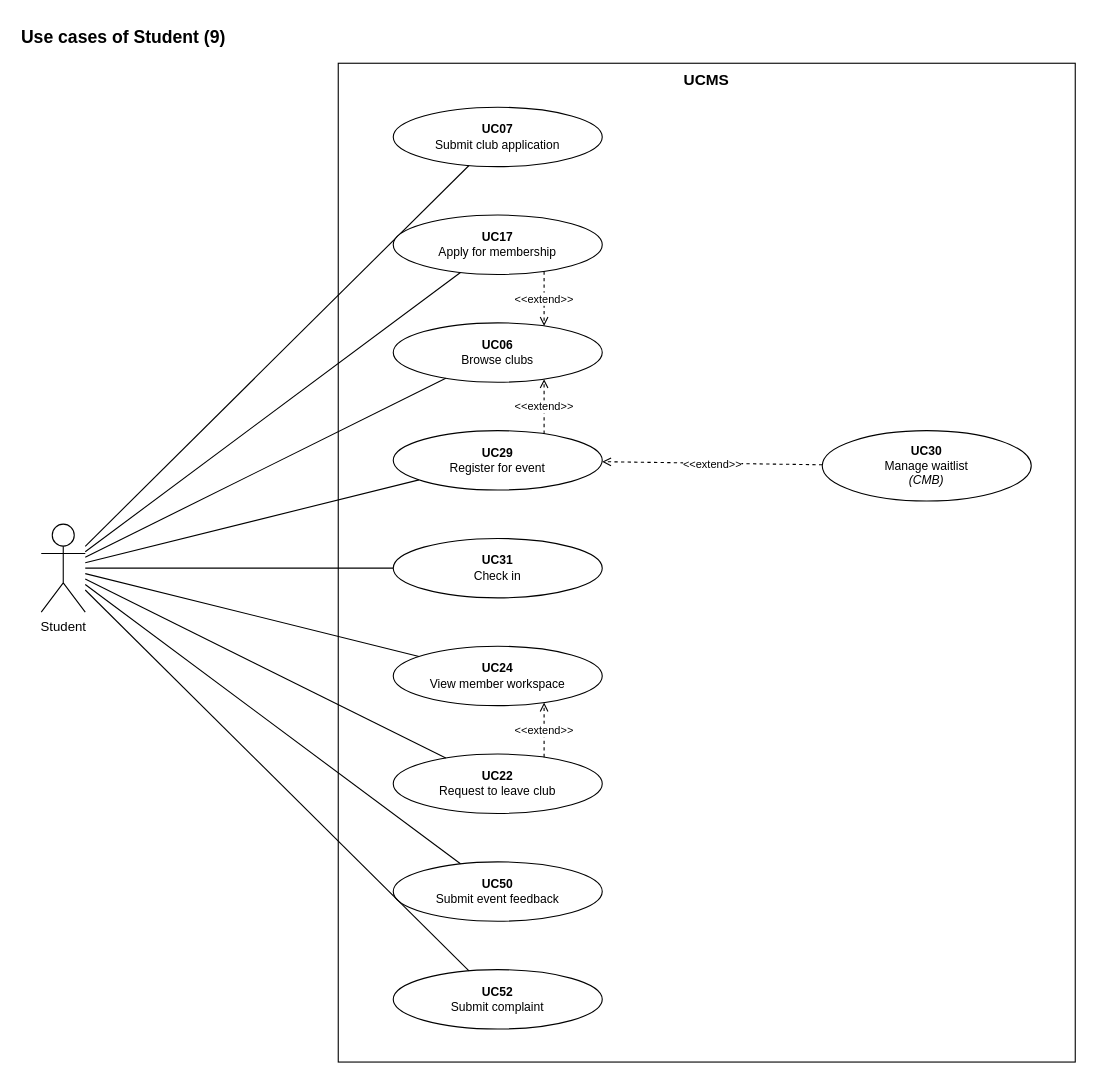
Above: page "Student" (2 of 9) of docs/diagrams/UCMS_UseCase_ByActor.drawio in nvdekay/ClubManagementSystem (draw.io), before the change. Source tidied: cells renumbered, new cells numbered last; positions are measured from the earlier drawing's top-left corner, leaving out a move shared by most shapes. Both pictures are drawn from the tidied source at 110%, with x=0, y=0 at pixel (19, 19).
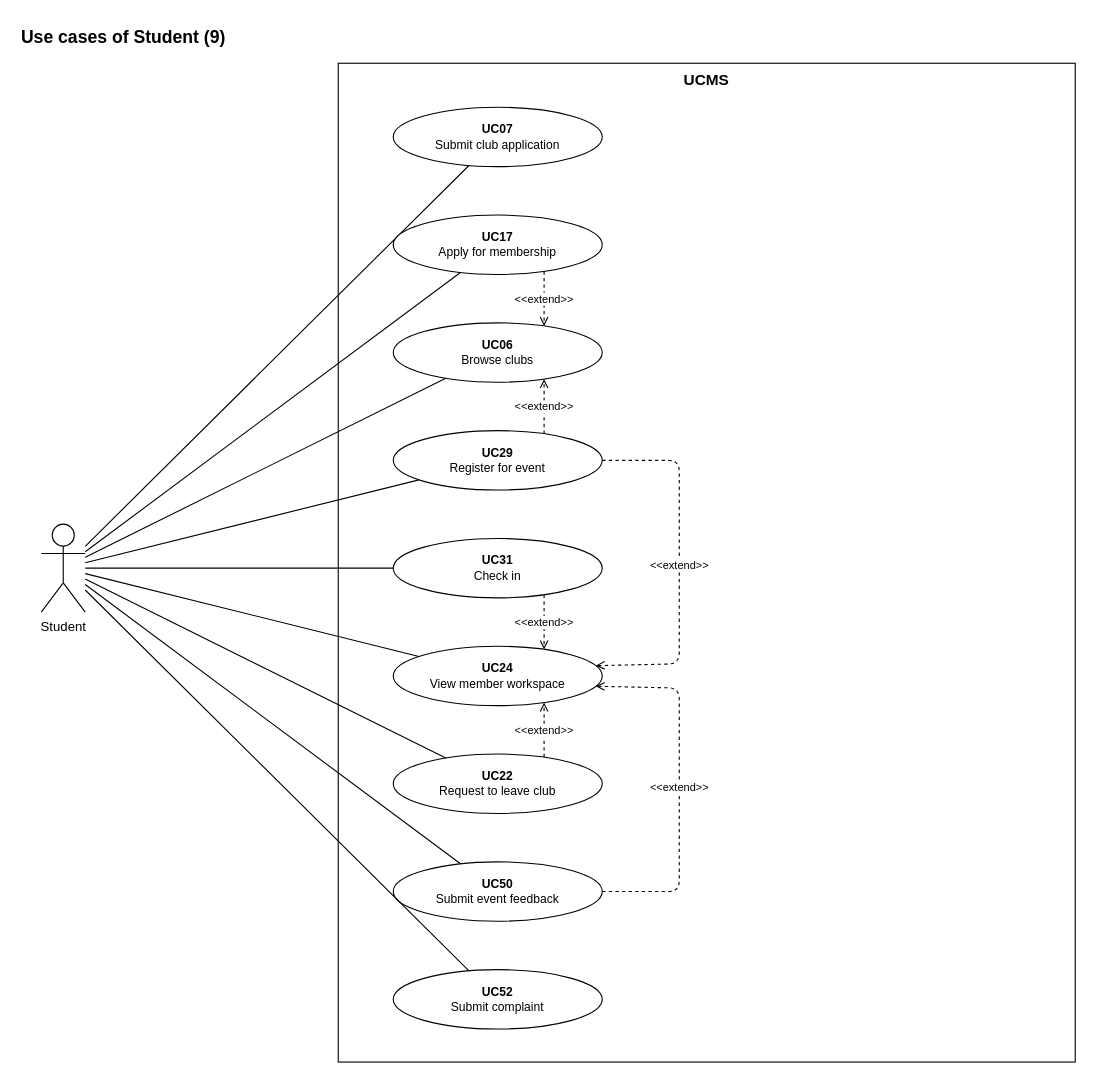
After the change.

The change refers to these unchanged cells:
```xml
<mxCell id="11" value="&lt;b&gt;UC29&lt;/b&gt;&lt;br&gt;Register for event" style="ellipse;whiteSpace=wrap;html=1;fillColor=#ffffff;strokeColor=#000000;fontSize=11;" parent="1" vertex="1">
  <mxGeometry x="340" y="374" width="190" height="54" as="geometry" />
</mxCell>
<mxCell id="13" value="&lt;b&gt;UC31&lt;/b&gt;&lt;br&gt;Check in" style="ellipse;whiteSpace=wrap;html=1;fillColor=#ffffff;strokeColor=#000000;fontSize=11;" parent="1" vertex="1">
  <mxGeometry x="340" y="472" width="190" height="54" as="geometry" />
</mxCell>
<mxCell id="15" value="&lt;b&gt;UC24&lt;/b&gt;&lt;br&gt;View member workspace" style="ellipse;whiteSpace=wrap;html=1;fillColor=#ffffff;strokeColor=#000000;fontSize=11;" parent="1" vertex="1">
  <mxGeometry x="340" y="570" width="190" height="54" as="geometry" />
</mxCell>
<mxCell id="19" value="&lt;b&gt;UC50&lt;/b&gt;&lt;br&gt;Submit event feedback" style="ellipse;whiteSpace=wrap;html=1;fillColor=#ffffff;strokeColor=#000000;fontSize=11;" parent="1" vertex="1">
  <mxGeometry x="340" y="766" width="190" height="54" as="geometry" />
</mxCell>
```

Change to the diagram source:
```diff
@@
-    <mxCell id="23" value="&lt;b&gt;UC30&lt;/b&gt;&lt;br&gt;Manage waitlist&lt;br&gt;&lt;i&gt;(CMB)&lt;/i&gt;" style="ellipse;whiteSpace=wrap;html=1;fillColor=#ffffff;strokeColor=#000000;fontSize=11;" parent="1" vertex="1">
-      <mxGeometry x="730" y="374" width="190" height="64" as="geometry" />
-    </mxCell>
@@
-    <mxCell id="27" value="&amp;lt;&amp;lt;extend&amp;gt;&amp;gt;" style="endArrow=open;dashed=1;html=1;strokeColor=#000000;fontSize=10;labelBackgroundColor=#ffffff;" parent="1" edge="1" source="23" target="11">
-      <mxGeometry relative="1" as="geometry" />
+    <mxCell id="27" value="&amp;lt;&amp;lt;extend&amp;gt;&amp;gt;" style="endArrow=open;dashed=1;html=1;strokeColor=#000000;fontSize=10;labelBackgroundColor=#ffffff;exitX=1;exitY=0.5;entryX=1;entryY=0.3;" parent="1" edge="1" source="11" target="15">
+      <mxGeometry relative="1" as="geometry">
+        <Array as="points">
+          <mxPoint x="600" y="401" />
+          <mxPoint x="600" y="586" />
+        </Array>
+      </mxGeometry>
     </mxCell>
+    <mxCell id="28" value="&amp;lt;&amp;lt;extend&amp;gt;&amp;gt;" style="endArrow=open;dashed=1;html=1;strokeColor=#000000;fontSize=10;labelBackgroundColor=#ffffff;exitX=0.75;exitY=1;entryX=0.75;entryY=0;" parent="1" edge="1" source="13" target="15">
+      <mxGeometry relative="1" as="geometry" />
+    </mxCell>
+    <mxCell id="29" value="&amp;lt;&amp;lt;extend&amp;gt;&amp;gt;" style="endArrow=open;dashed=1;html=1;strokeColor=#000000;fontSize=10;labelBackgroundColor=#ffffff;exitX=1;exitY=0.5;entryX=1;entryY=0.7;" parent="1" edge="1" source="19" target="15">
+      <mxGeometry relative="1" as="geometry">
+        <Array as="points">
+          <mxPoint x="600" y="793" />
+          <mxPoint x="600" y="608" />
+        </Array>
+      </mxGeometry>
+    </mxCell>
```
